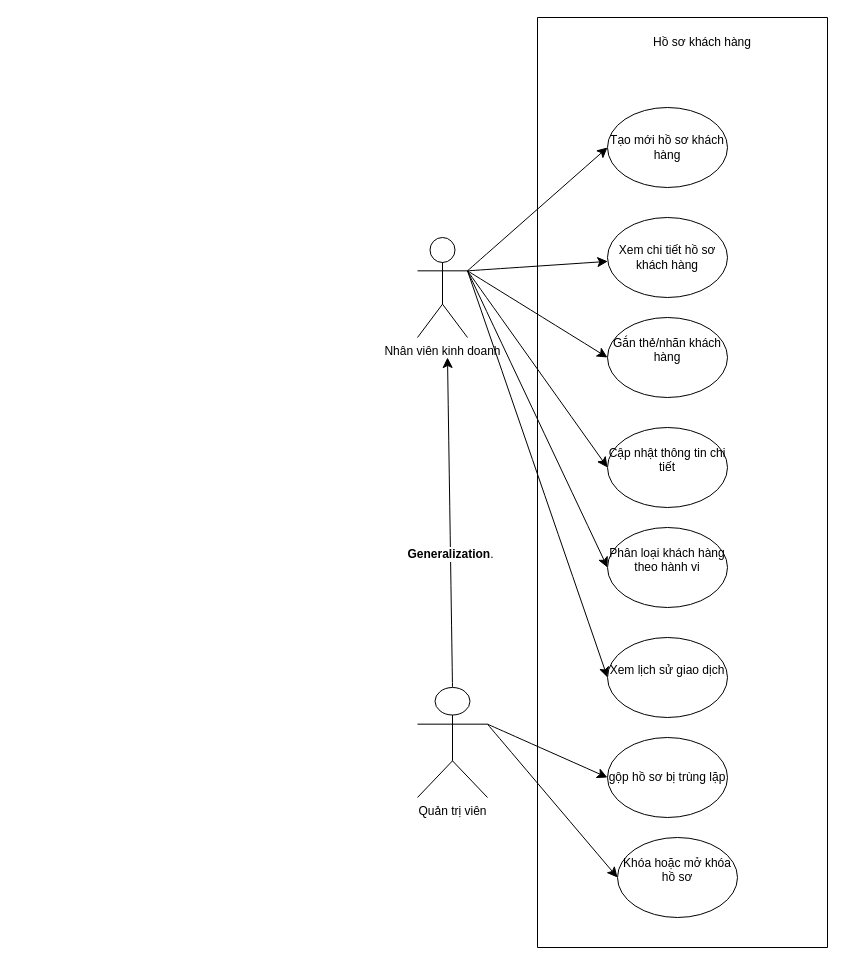
Before: docs/US diagram.drawio in Tuan-cloudd/cdtn1-NguyenAnhTuan-L1, a draw.io diagram. Source tidied: cells renumbered, new cells numbered last; positions are measured from the earlier drawing's top-left corner, leaving out a move shared by most shapes. Both pictures are drawn from the tidied source at 100%, with x=0, y=0 at pixel (417, 17).
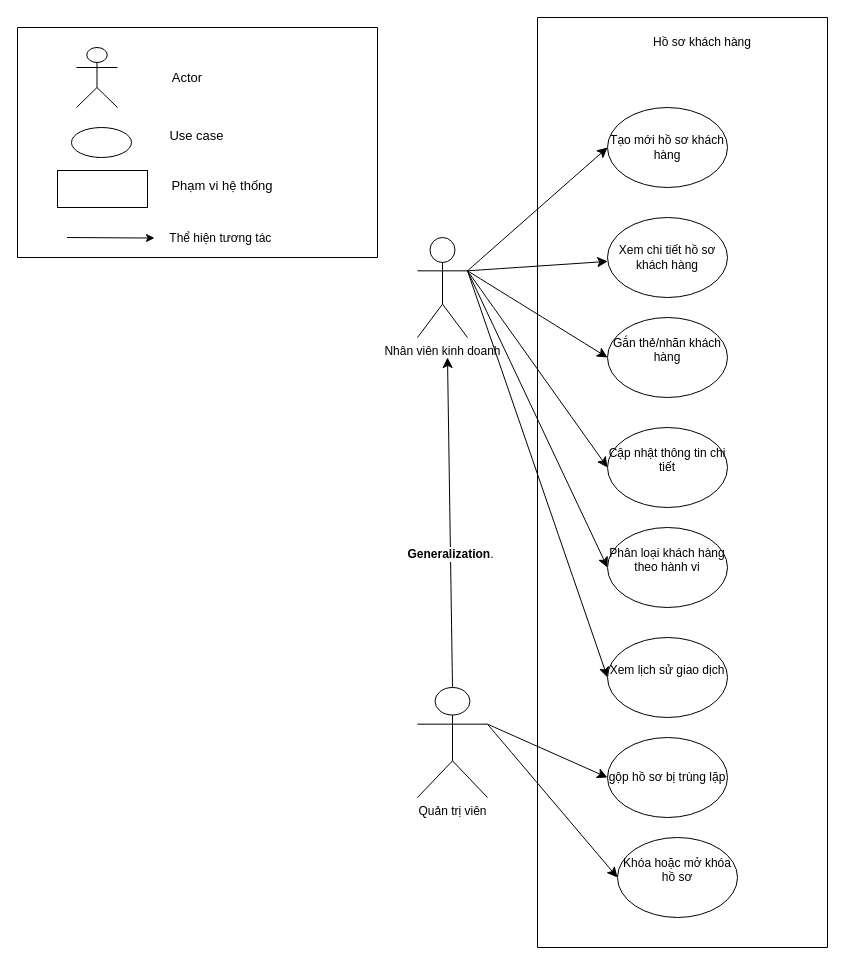
The same page after the edit.

What changed in the source:
```diff
@@
+    <mxCell id="24" style="swimlane;startSize=0;" parent="1" vertex="1">
+      <mxGeometry x="-400" y="10" width="360" height="230" as="geometry" />
+    </mxCell>
+    <mxCell id="25" style="shape=umlActor;verticalLabelPosition=bottom;verticalAlign=top;html=1;" parent="24" vertex="1">
+      <mxGeometry x="59" y="20" width="41" height="60" as="geometry" />
+    </mxCell>
+    <mxCell id="26" style="ellipse;whiteSpace=wrap;html=1;shapeInside=1;" parent="24" vertex="1">
+      <mxGeometry x="54" y="100" width="60" height="30" as="geometry" />
+    </mxCell>
+    <mxCell id="27" value="Actor" style="text;html=1;whiteSpace=wrap;strokeColor=none;fillColor=none;align=center;verticalAlign=middle;rounded=0;fontSize=13;" parent="24" vertex="1">
+      <mxGeometry x="140" y="27.5" width="60" height="45" as="geometry" />
+    </mxCell>
+    <mxCell id="28" style="rounded=0;whiteSpace=wrap;html=1;" parent="24" vertex="1">
+      <mxGeometry x="40" y="143" width="90" height="37" as="geometry" />
+    </mxCell>
+    <mxCell id="29" value="Phạm vi hệ thống" style="text;html=1;whiteSpace=wrap;strokeColor=none;fillColor=none;align=center;verticalAlign=middle;rounded=0;fontSize=13;" parent="24" vertex="1">
+      <mxGeometry x="130" y="143" width="150" height="30" as="geometry" />
+    </mxCell>
+    <mxCell id="30" value="Use case" style="text;html=1;whiteSpace=wrap;strokeColor=none;fillColor=none;align=center;verticalAlign=middle;rounded=0;fontSize=13;" parent="24" vertex="1">
+      <mxGeometry x="117.5" y="85" width="122.5" height="45" as="geometry" />
+    </mxCell>
+    <mxCell id="31" style="endArrow=classic;html=1;rounded=0;" parent="24" edge="1" target="32">
+      <mxGeometry relative="1" as="geometry">
+        <mxPoint x="49.5" y="210" as="sourcePoint" />
+      </mxGeometry>
+    </mxCell>
+    <mxCell id="32" value="Thể hiện tương tác&amp;nbsp;" style="text;html=1;whiteSpace=wrap;strokeColor=none;fillColor=none;align=center;verticalAlign=middle;rounded=0;" parent="24" vertex="1">
+      <mxGeometry x="137" y="196" width="136" height="30" as="geometry" />
+    </mxCell>
```
